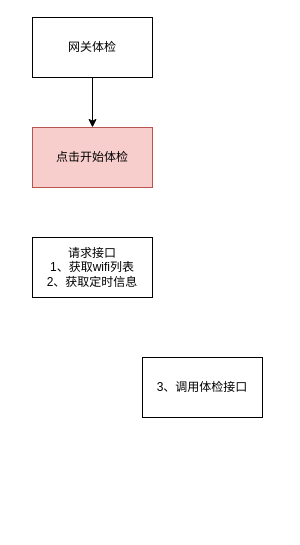
Before: ohter/gateway_checkup.drawio in 1595901624/GitTest, a draw.io diagram. Source tidied: cells renumbered, new cells numbered last; positions are measured from the earlier drawing's top-left corner, leaving out a move shared by most shapes. Both pictures are drawn from the tidied source at 100%, with x=0, y=0 at pixel (32, 17).
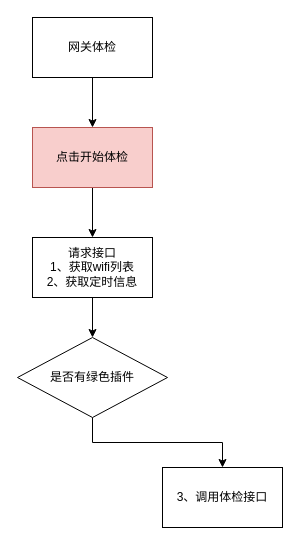
After the change.

Change to the diagram source:
```diff
@@
 <mxGraphModel>
   <root>
     <mxCell id="0" />
     <mxCell id="1" parent="0" />
     <mxCell id="2" style="edgeStyle=orthogonalEdgeStyle;rounded=0;jettySize=auto;html=1;exitX=0.5;exitY=1;exitDx=0;exitDy=0;entryX=0.5;entryY=0;entryDx=0;entryDy=0;" parent="1" edge="1" source="3" target="4">
       <mxGeometry relative="1" as="geometry" />
     </mxCell>
     <mxCell id="3" value="网关体检" style="rounded=0;whiteSpace=wrap;html=1;" parent="1" vertex="1">
       <mxGeometry width="120" height="60" as="geometry" />
     </mxCell>
+    <mxCell id="7" style="edgeStyle=orthogonalEdgeStyle;rounded=0;jettySize=auto;html=1;exitX=0.5;exitY=1;exitDx=0;exitDy=0;entryX=0.5;entryY=0;entryDx=0;entryDy=0;" parent="1" edge="1" source="4" target="5">
+      <mxGeometry relative="1" as="geometry" />
+    </mxCell>
     <mxCell id="4" value="点击开始体检" style="rounded=0;whiteSpace=wrap;html=1;fillColor=#f8cecc;strokeColor=#b85450;" parent="1" vertex="1">
       <mxGeometry y="110" width="120" height="60" as="geometry" />
     </mxCell>
+    <mxCell id="8" style="edgeStyle=orthogonalEdgeStyle;rounded=0;jettySize=auto;html=1;exitX=0.5;exitY=1;exitDx=0;exitDy=0;entryX=0.5;entryY=0;entryDx=0;entryDy=0;" parent="1" edge="1" source="5" target="10">
+      <mxGeometry relative="1" as="geometry" />
+    </mxCell>
     <mxCell id="5" value="请求接口&lt;div&gt;1、获取wifi列表&lt;/div&gt;&lt;div&gt;2、获取定时信息&lt;/div&gt;" style="rounded=0;whiteSpace=wrap;html=1;" parent="1" vertex="1">
       <mxGeometry y="220" width="120" height="60" as="geometry" />
     </mxCell>
     <mxCell id="6" value="3、调用体检接口" style="rounded=0;whiteSpace=wrap;html=1;" parent="1" vertex="1">
-      <mxGeometry x="110" y="340" width="120" height="60" as="geometry" />
+      <mxGeometry x="130" y="450" width="120" height="60" as="geometry" />
     </mxCell>
+    <mxCell id="9" style="edgeStyle=orthogonalEdgeStyle;rounded=0;jettySize=auto;html=1;exitX=0.5;exitY=1;exitDx=0;exitDy=0;entryX=0.5;entryY=0;entryDx=0;entryDy=0;" parent="1" edge="1" source="10" target="6">
+      <mxGeometry relative="1" as="geometry" />
+    </mxCell>
+    <mxCell id="10" value="是否有绿色插件" style="rhombus;whiteSpace=wrap;html=1;" parent="1" vertex="1">
+      <mxGeometry x="-15" y="320" width="150" height="80" as="geometry" />
+    </mxCell>
   </root>
 </mxGraphModel>
```
